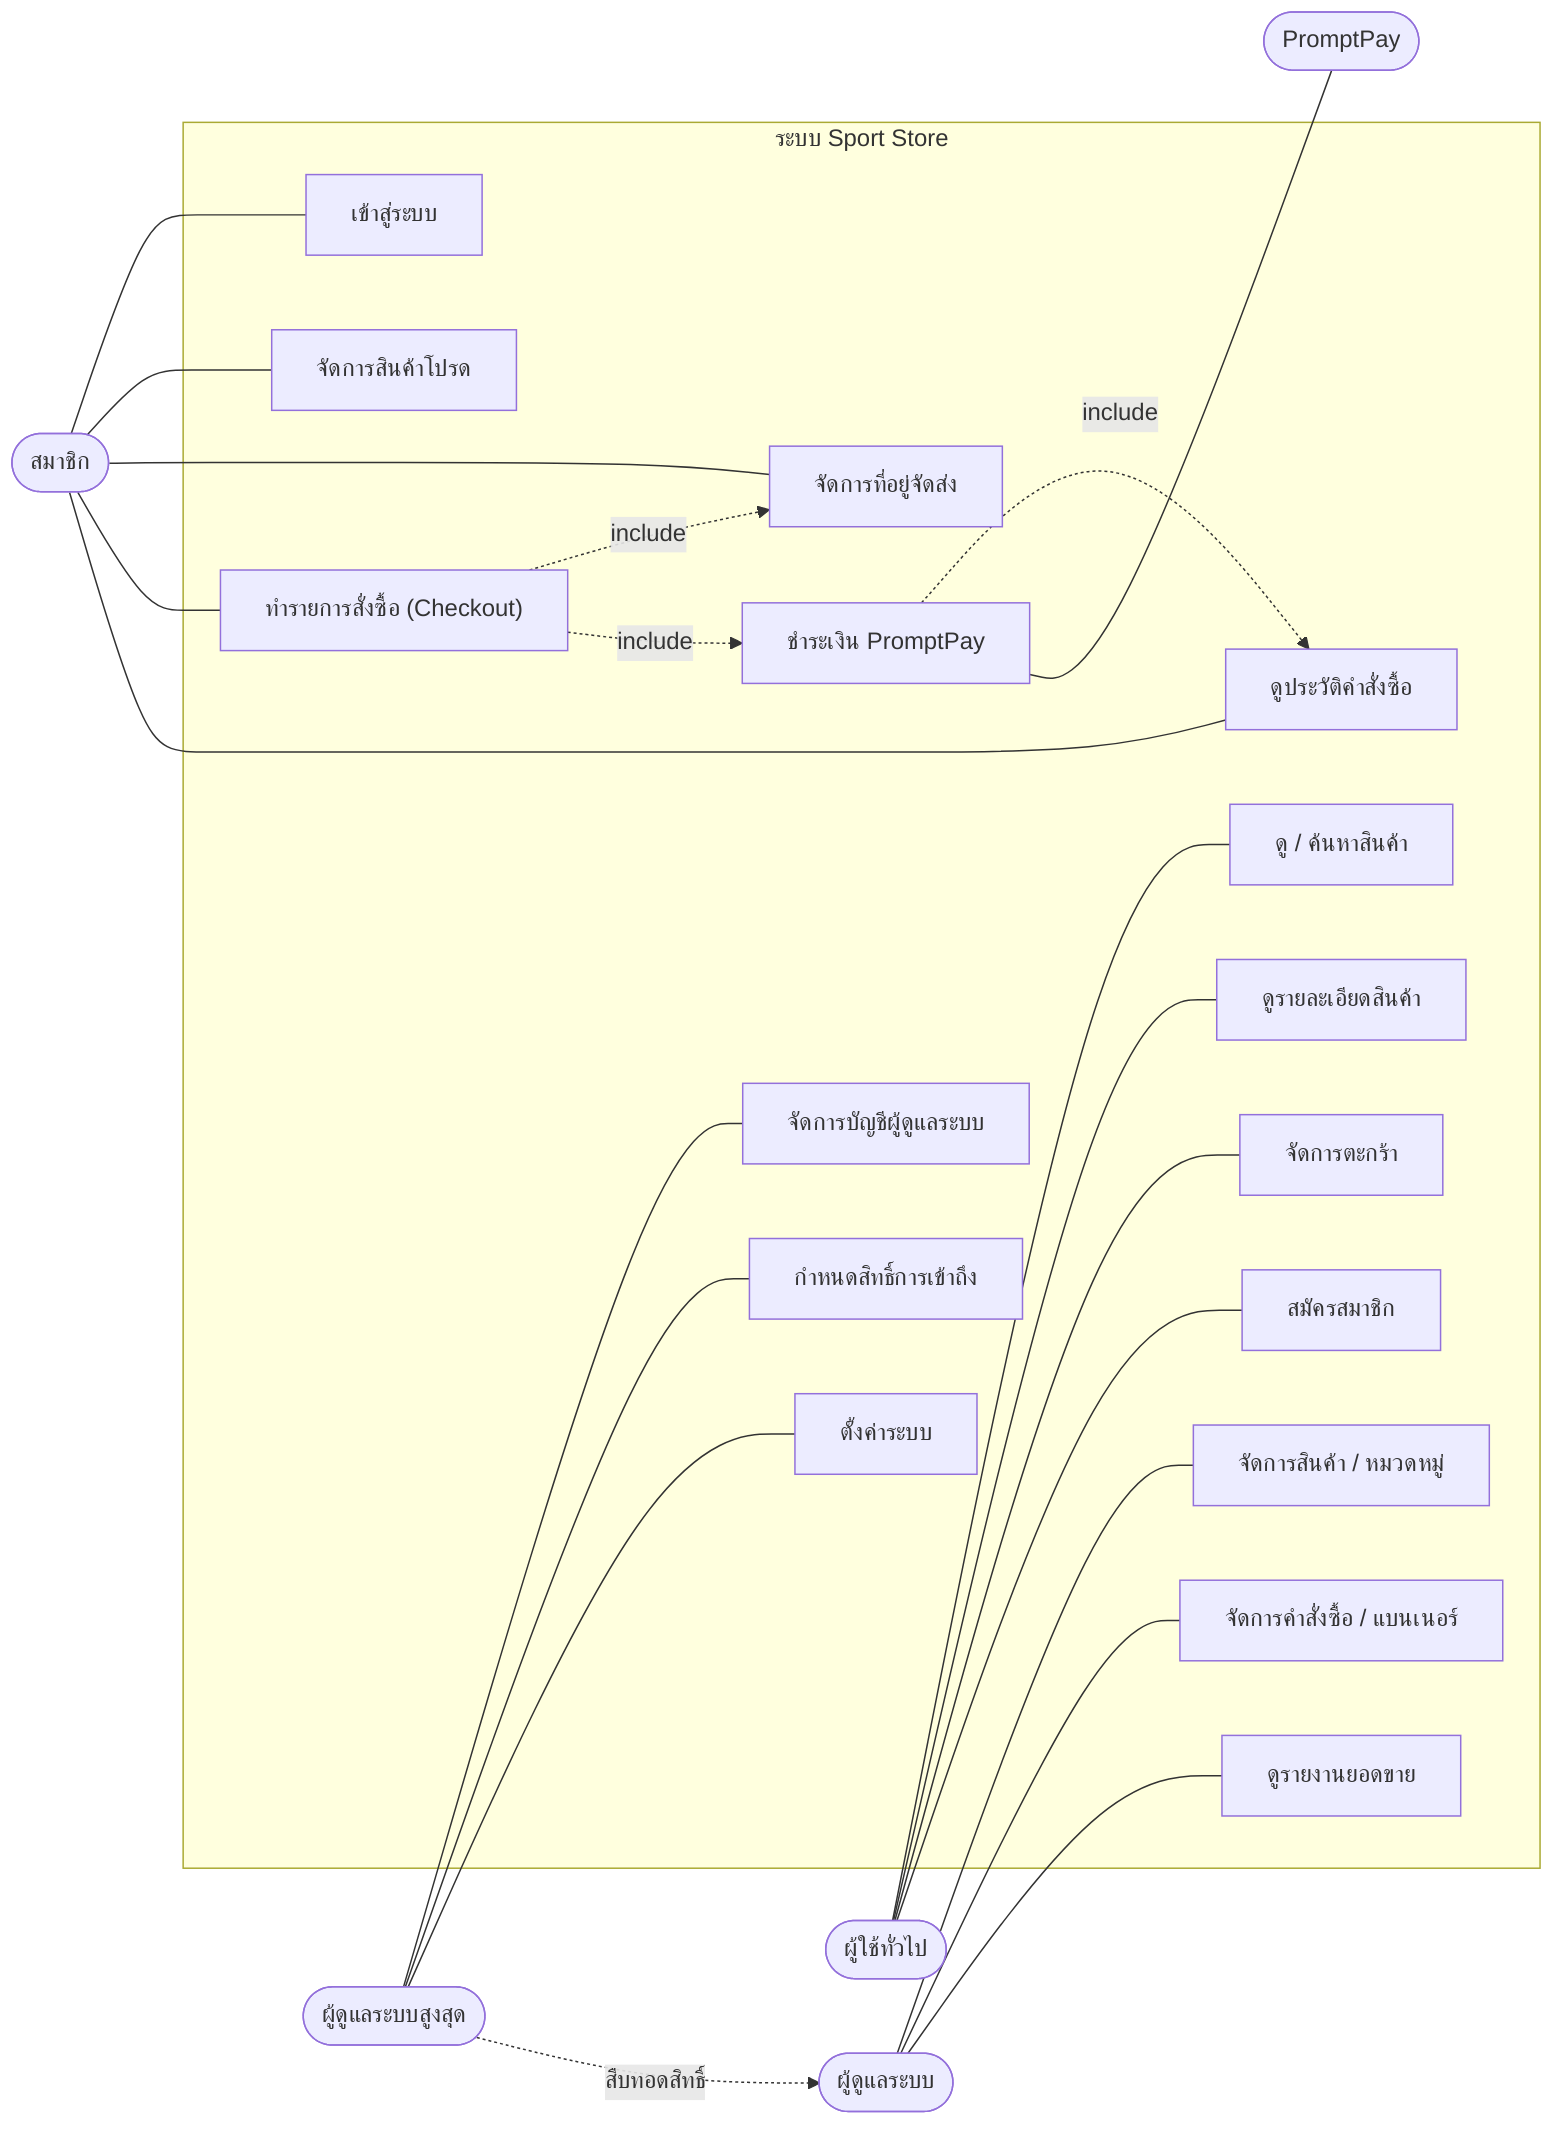
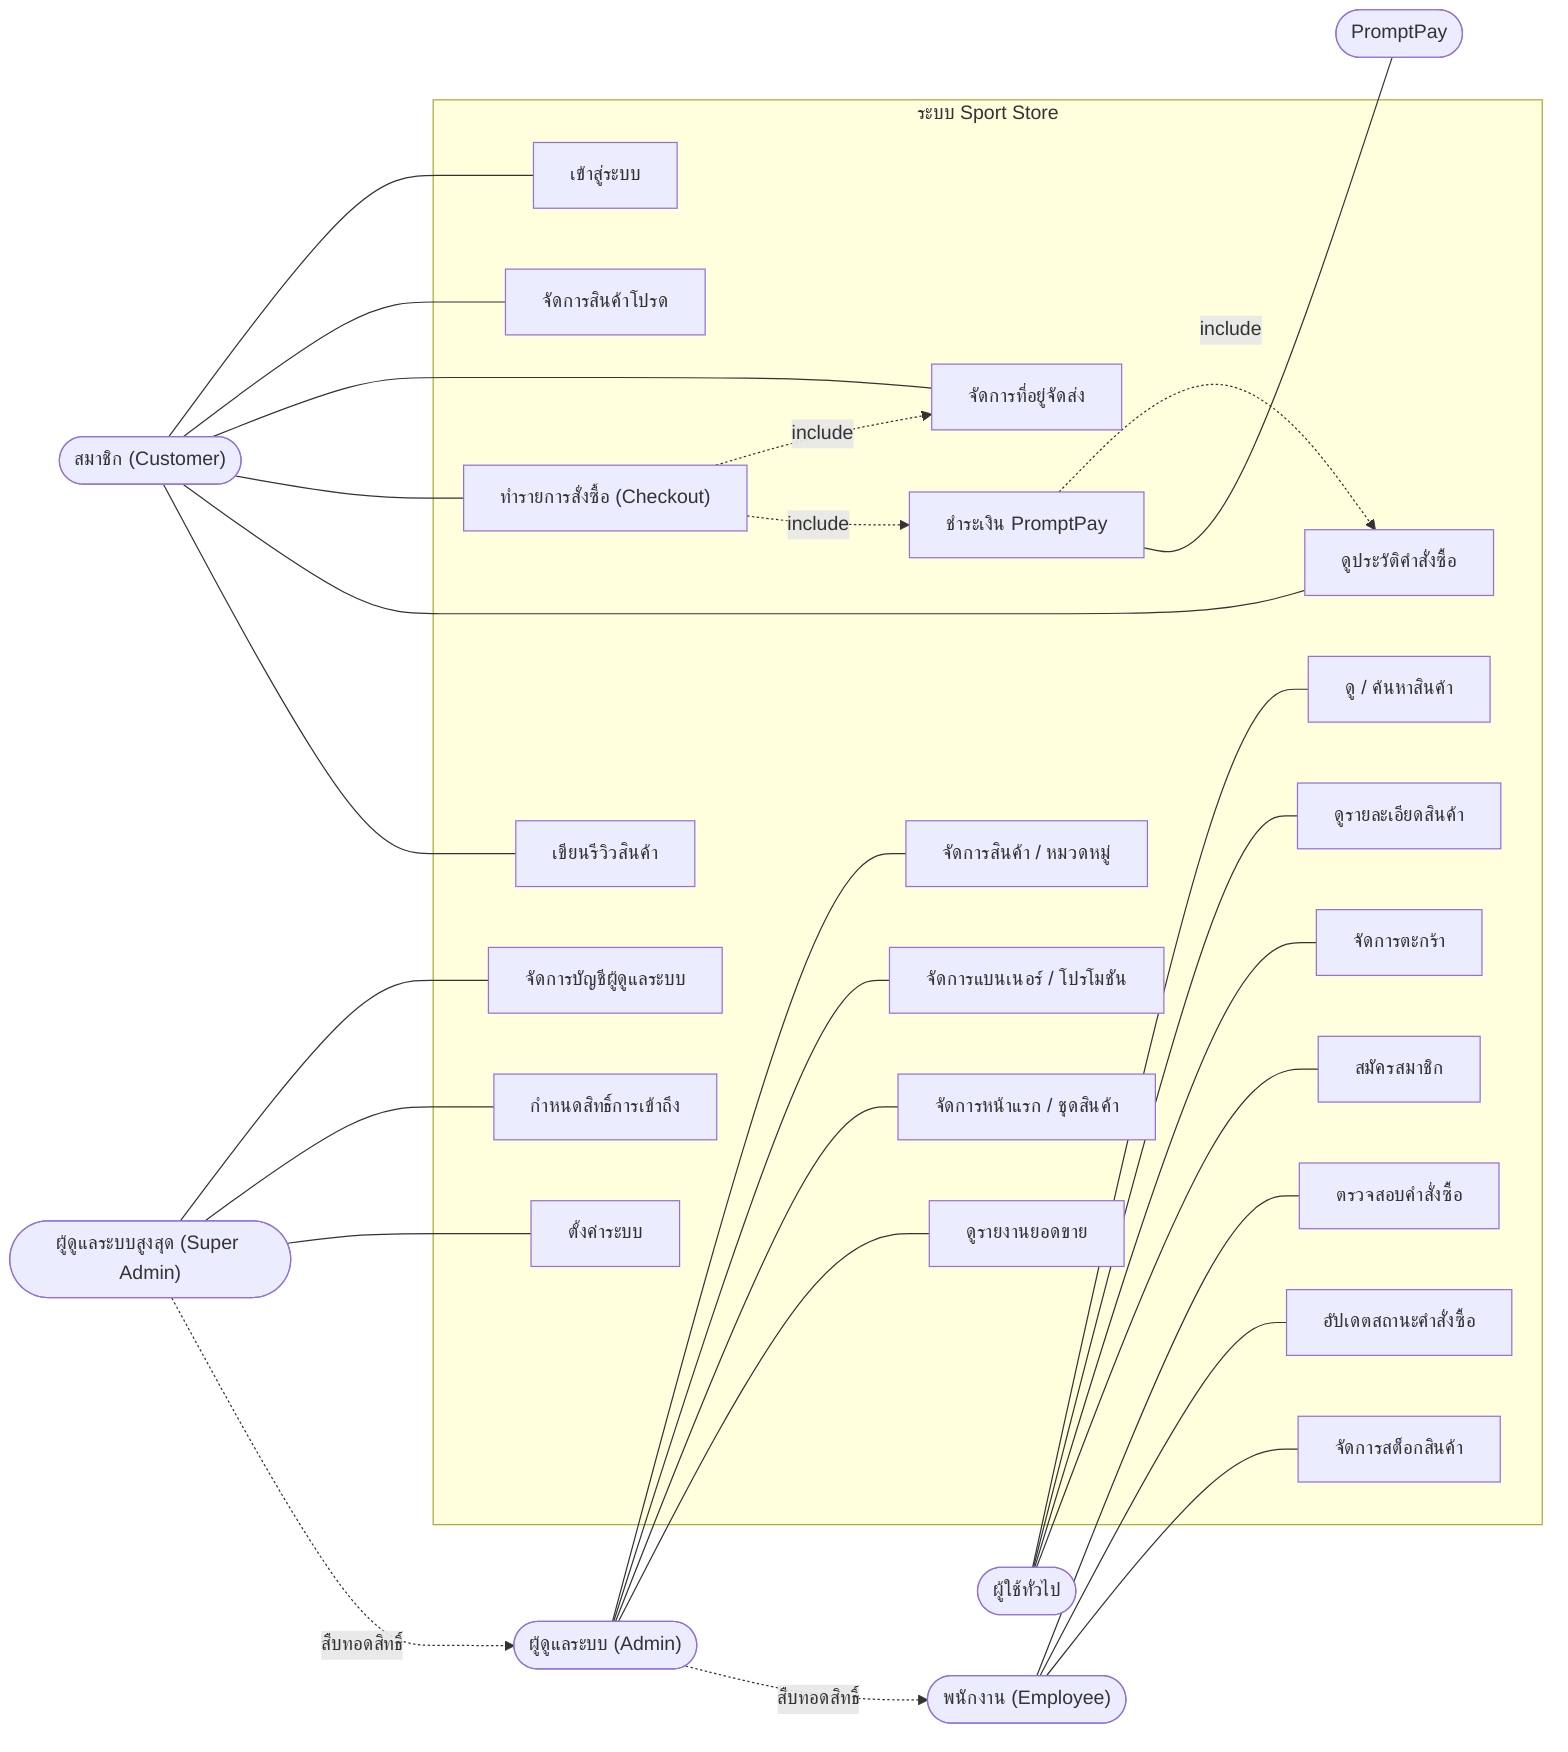
flowchart LR
    Guest(["ผู้ใช้ทั่วไป"])
-     Member(["สมาชิก"])
-     Admin(["ผู้ดูแลระบบ"])
-     SAdmin(["ผู้ดูแลระบบสูงสุด"])
+     Member(["สมาชิก (Customer)"])
+     Emp(["พนักงาน (Employee)"])
+     Admin(["ผู้ดูแลระบบ (Admin)"])
+     SAdmin(["ผู้ดูแลระบบสูงสุด (Super Admin)"])
    PP(["PromptPay"])

    subgraph SYS["ระบบ Sport Store"]
        UC1["ดู / ค้นหาสินค้า"]
        UC2["ดูรายละเอียดสินค้า"]
        UC3["จัดการตะกร้า"]
        UC4["สมัครสมาชิก"]
        UC5["เข้าสู่ระบบ"]
        UC6["จัดการสินค้าโปรด"]
        UC7["จัดการที่อยู่จัดส่ง"]
        UC8["ทำรายการสั่งซื้อ (Checkout)"]
        UC9["ชำระเงิน PromptPay"]
        UC10["ดูประวัติคำสั่งซื้อ"]
-         UC11["จัดการสินค้า / หมวดหมู่"]
-         UC12["จัดการคำสั่งซื้อ / แบนเนอร์"]
-         UC13["ดูรายงานยอดขาย"]
-         UC14["จัดการบัญชีผู้ดูแลระบบ"]
-         UC15["กำหนดสิทธิ์การเข้าถึง"]
-         UC16["ตั้งค่าระบบ"]
+         UC11["เขียนรีวิวสินค้า"]
+         UC12["ตรวจสอบคำสั่งซื้อ"]
+         UC13["อัปเดตสถานะคำสั่งซื้อ"]
+         UC14["จัดการสต็อกสินค้า"]
+         UC15["จัดการสินค้า / หมวดหมู่"]
+         UC16["จัดการแบนเนอร์ / โปรโมชัน"]
+         UC17["จัดการหน้าแรก / ชุดสินค้า"]
+         UC18["ดูรายงานยอดขาย"]
+         UC19["จัดการบัญชีผู้ดูแลระบบ"]
+         UC20["กำหนดสิทธิ์การเข้าถึง"]
+         UC21["ตั้งค่าระบบ"]
    end

    Guest --- UC1
    Guest --- UC2
    Guest --- UC3
    Guest --- UC4
    Member --- UC5
    Member --- UC6
    Member --- UC7
    Member --- UC8
    Member --- UC10
+     Member --- UC11
    UC8 -. include .-> UC7
    UC8 -. include .-> UC9
    UC9 -. include .-> UC10
    UC9 --- PP
-     Admin --- UC11
-     Admin --- UC12
-     Admin --- UC13
-     SAdmin --- UC14
-     SAdmin --- UC15
-     SAdmin --- UC16
+ 
+     Emp --- UC12
+     Emp --- UC13
+     Emp --- UC14
+     Admin --- UC15
+     Admin --- UC16
+     Admin --- UC17
+     Admin --- UC18
+     SAdmin --- UC19
+     SAdmin --- UC20
+     SAdmin --- UC21
+ 
+     Admin -. สืบทอดสิทธิ์ .-> Emp
    SAdmin -. สืบทอดสิทธิ์ .-> Admin
